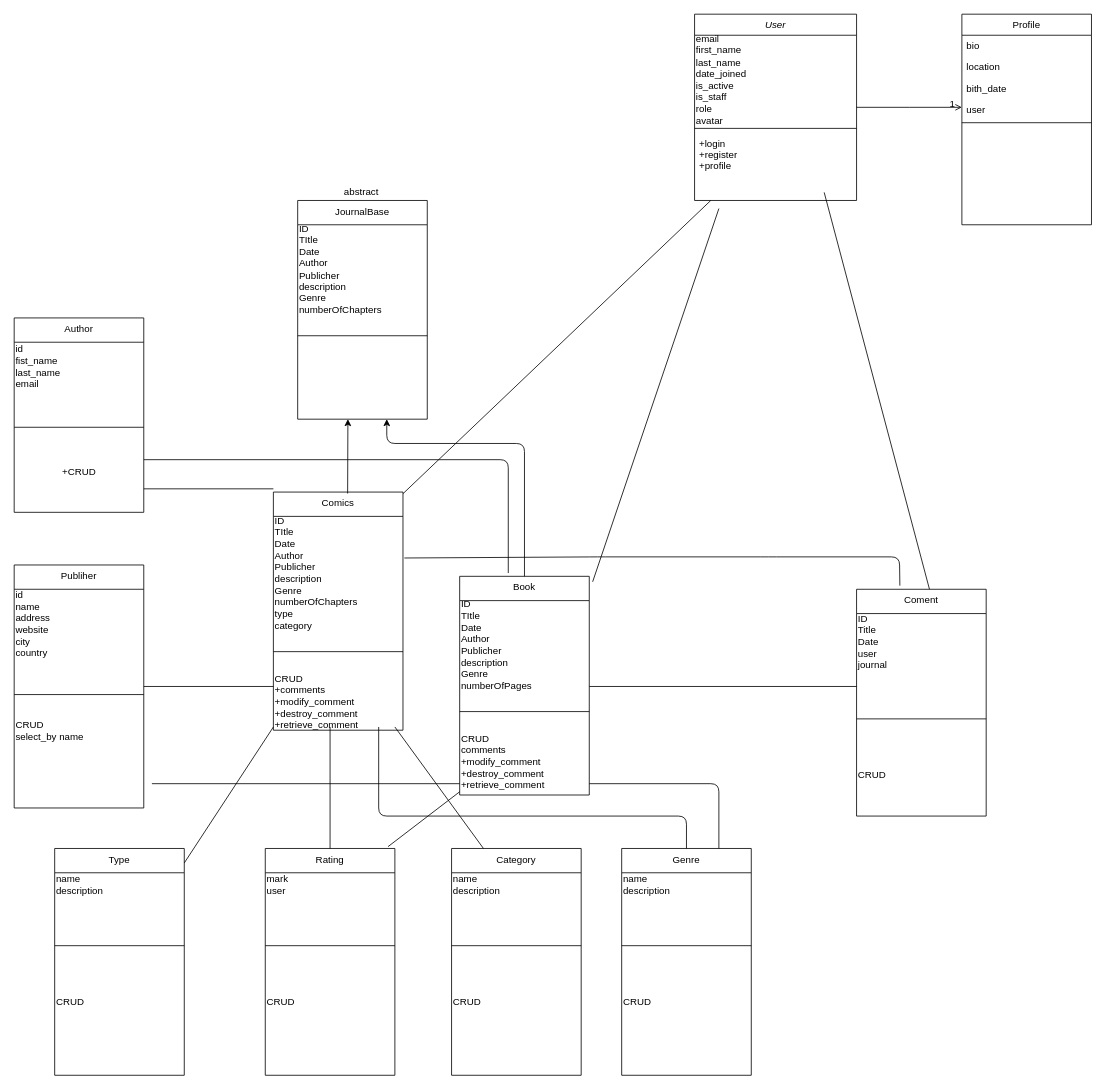
Earlier version of the draw.io diagram Project Diagram.drawio (niayz10/Backend-Project). Source tidied: cells renumbered, new cells numbered last; positions are measured from the earlier drawing's top-left corner, leaving out a move shared by most shapes. Both pictures are drawn from the tidied source at 81%, with x=0, y=0 at pixel (14, 14).
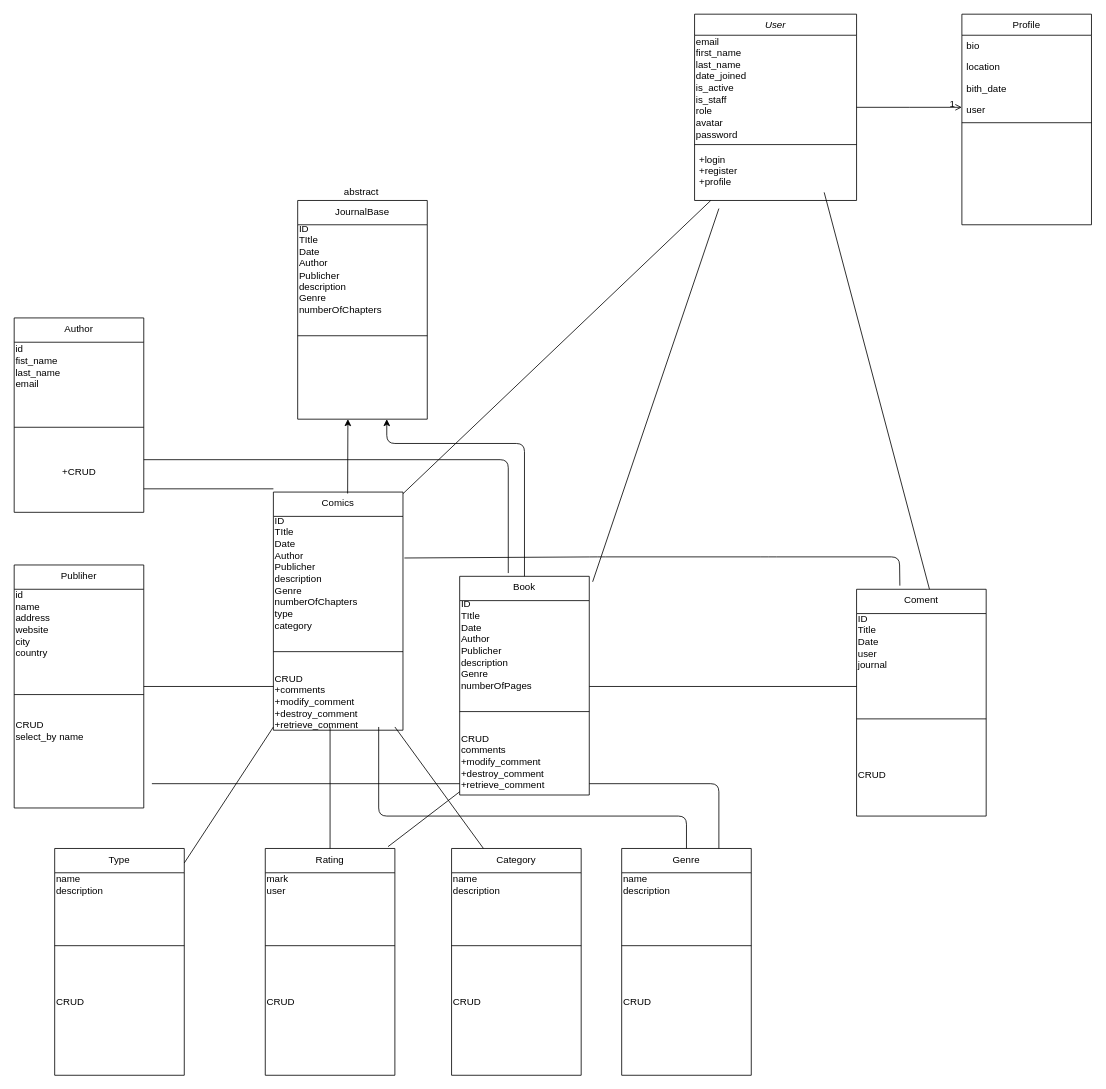
After the change.

Unchanged cells that the change refers to:
```xml
<mxCell id="2" value="User" style="swimlane;fontStyle=2;align=center;verticalAlign=top;horizontal=1;startSize=26;rounded=0;shadow=0;strokeWidth=1;" parent="1" vertex="1">
  <mxGeometry x="840" width="200" height="230" as="geometry" />
</mxCell>
```

The edit, as a diff of the source:
```diff
@@
-    <mxCell id="3" value="&lt;div&gt;&lt;span&gt;email&lt;/span&gt;&lt;/div&gt;&lt;div&gt;&lt;span&gt;first_name&lt;/span&gt;&lt;/div&gt;&lt;div&gt;&lt;span&gt;last_name&lt;/span&gt;&lt;/div&gt;&lt;div&gt;&lt;span&gt;date_joined&lt;/span&gt;&lt;/div&gt;&lt;div&gt;&lt;span&gt;is_active&lt;/span&gt;&lt;/div&gt;&lt;div&gt;&lt;span&gt;is_staff&lt;/span&gt;&lt;/div&gt;&lt;div&gt;&lt;span&gt;role&lt;/span&gt;&lt;/div&gt;&lt;div&gt;&lt;span&gt;avatar&lt;/span&gt;&lt;/div&gt;" style="text;html=1;align=left;verticalAlign=middle;strokeColor=none;" parent="2" vertex="1">
-      <mxGeometry y="26" width="200" height="110" as="geometry" />
+    <mxCell id="3" value="&lt;div&gt;&lt;span&gt;email&lt;/span&gt;&lt;/div&gt;&lt;div&gt;&lt;span&gt;first_name&lt;/span&gt;&lt;/div&gt;&lt;div&gt;&lt;span&gt;last_name&lt;/span&gt;&lt;/div&gt;&lt;div&gt;&lt;span&gt;date_joined&lt;/span&gt;&lt;/div&gt;&lt;div&gt;&lt;span&gt;is_active&lt;/span&gt;&lt;/div&gt;&lt;div&gt;&lt;span&gt;is_staff&lt;/span&gt;&lt;/div&gt;&lt;div&gt;&lt;span&gt;role&lt;/span&gt;&lt;/div&gt;&lt;div&gt;&lt;span&gt;avatar&lt;/span&gt;&lt;/div&gt;&lt;div&gt;password&amp;nbsp;&lt;/div&gt;" style="text;html=1;align=left;verticalAlign=middle;strokeColor=none;" parent="2" vertex="1">
+      <mxGeometry y="26" width="200" height="130" as="geometry" />
     </mxCell>
     <mxCell id="4" style="line;html=1;strokeWidth=1;align=left;verticalAlign=middle;spacingTop=-1;spacingLeft=3;spacingRight=3;labelPosition=right;" parent="2" vertex="1">
-      <mxGeometry y="136" width="200" height="10" as="geometry" />
+      <mxGeometry y="156" width="200" height="10" as="geometry" />
     </mxCell>
     <mxCell id="5" value="+login&#10;+register&#10;+profile" style="text;align=left;verticalAlign=top;spacingLeft=4;spacingRight=4;overflow=hidden;" parent="2" vertex="1">
-      <mxGeometry y="146" width="200" height="54" as="geometry" />
+      <mxGeometry y="166" width="200" height="54" as="geometry" />
     </mxCell>
```
